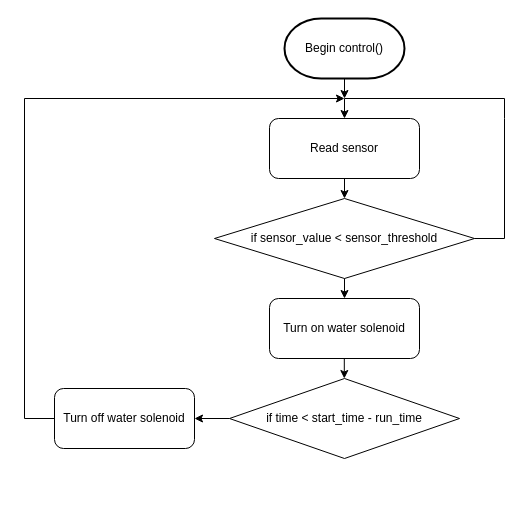
Above: images/smart_irrigation2.drawio in jamesking020773/jamesking020773.github.io (draw.io), before the change. Source tidied: cells renumbered, new cells numbered last; positions are measured from the earlier drawing's top-left corner, leaving out a move shared by most shapes. Both pictures are drawn from the tidied source at 100%, with x=0, y=0 at pixel (24, 18).
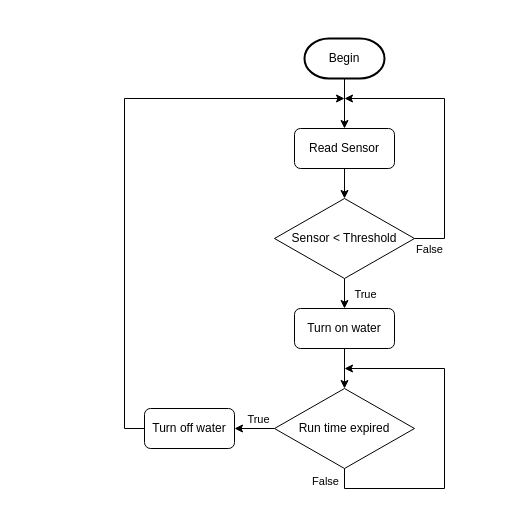
Above is the later version.

The change refers to these unchanged cells:
```xml
<mxCell id="5" style="endArrow=classic;html=1;rounded=0;exitX=0;exitY=0.5;exitDx=0;exitDy=0;entryX=1;entryY=0.5;entryDx=0;entryDy=0;" parent="1" edge="1" source="4" target="8">
  <mxGeometry relative="1" as="geometry" />
</mxCell>
<mxCell id="13" style="endArrow=classic;html=1;rounded=0;exitX=0.5;exitY=1;exitDx=0;exitDy=0;entryX=0.5;entryY=0;entryDx=0;entryDy=0;" parent="1" edge="1" source="3" target="9">
  <mxGeometry relative="1" as="geometry" />
</mxCell>
```

Diff of the diagram source:
```diff
@@
-    <mxCell id="2" value="Begin control()" style="strokeWidth=2;html=1;shape=mxgraph.flowchart.terminator;whiteSpace=wrap;" parent="1" vertex="1">
-      <mxGeometry x="260" width="120" height="60" as="geometry" />
+    <mxCell id="2" value="Begin" style="strokeWidth=2;html=1;shape=mxgraph.flowchart.terminator;whiteSpace=wrap;" parent="1" vertex="1">
+      <mxGeometry x="280" y="20" width="80" height="40" as="geometry" />
     </mxCell>
-    <mxCell id="3" value="if sensor_value &amp;lt; sensor_threshold" style="rhombus;whiteSpace=wrap;html=1;" parent="1" vertex="1">
-      <mxGeometry x="190" y="180" width="260" height="80" as="geometry" />
+    <mxCell id="3" value="Sensor &amp;lt; Threshold" style="rhombus;whiteSpace=wrap;html=1;" parent="1" vertex="1">
+      <mxGeometry x="250" y="180" width="140" height="80" as="geometry" />
     </mxCell>
-    <mxCell id="4" value="if time &amp;lt; start_time - run_time" style="rhombus;whiteSpace=wrap;html=1;" parent="1" vertex="1">
-      <mxGeometry x="205" y="360" width="230" height="80" as="geometry" />
+    <mxCell id="4" value="Run time expired" style="rhombus;whiteSpace=wrap;html=1;" parent="1" vertex="1">
+      <mxGeometry x="250" y="370" width="140" height="80" as="geometry" />
     </mxCell>
@@
+    <mxCell id="15" value="True" style="edgeLabel;html=1;align=center;verticalAlign=middle;" parent="5" vertex="1">
+      <mxGeometry x="-0.14" y="-1" relative="1" as="geometry">
+        <mxPoint y="-9" as="offset" />
+      </mxGeometry>
+    </mxCell>
     <mxCell id="6" style="endArrow=classic;html=1;rounded=0;exitX=0;exitY=0.5;exitDx=0;exitDy=0;" parent="1" edge="1" source="8">
       <mxGeometry relative="1" as="geometry">
         <mxPoint x="320" y="80" as="targetPoint" />
         <Array as="points">
-          <mxPoint y="400" />
-          <mxPoint y="80" />
+          <mxPoint x="100" y="410" />
+          <mxPoint x="100" y="80" />
         </Array>
       </mxGeometry>
     </mxCell>
-    <mxCell id="7" style="endArrow=classic;html=1;rounded=0;exitX=1;exitY=0.5;exitDx=0;exitDy=0;entryX=0.5;entryY=0;entryDx=0;entryDy=0;" parent="1" edge="1" source="3" target="10">
+    <mxCell id="7" style="endArrow=classic;html=1;rounded=0;exitX=1;exitY=0.5;exitDx=0;exitDy=0;" parent="1" edge="1" source="3">
       <mxGeometry relative="1" as="geometry">
+        <mxPoint x="320" y="80" as="targetPoint" />
         <Array as="points">
-          <mxPoint x="480" y="220" />
-          <mxPoint x="480" y="100" />
-          <mxPoint x="480" y="80" />
+          <mxPoint x="420" y="220" />
+          <mxPoint x="420" y="80" />
           <mxPoint x="320" y="80" />
         </Array>
       </mxGeometry>
     </mxCell>
+    <mxCell id="16" value="False" style="edgeLabel;html=1;align=center;verticalAlign=middle;" parent="7" vertex="1">
+      <mxGeometry x="-0.83" relative="1" as="geometry">
+        <mxPoint x="-9" y="10" as="offset" />
+      </mxGeometry>
+    </mxCell>
-    <mxCell id="8" value="Turn off water solenoid" style="rounded=1;whiteSpace=wrap;html=1;" parent="1" vertex="1">
-      <mxGeometry x="30" y="370" width="140" height="60" as="geometry" />
+    <mxCell id="8" value="Turn off water" style="rounded=1;whiteSpace=wrap;html=1;" parent="1" vertex="1">
+      <mxGeometry x="120" y="390" width="90" height="40" as="geometry" />
     </mxCell>
-    <mxCell id="9" value="Turn on water solenoid" style="rounded=1;whiteSpace=wrap;html=1;" parent="1" vertex="1">
-      <mxGeometry x="245" y="280" width="150" height="60" as="geometry" />
+    <mxCell id="9" value="Turn on water" style="rounded=1;whiteSpace=wrap;html=1;" parent="1" vertex="1">
+      <mxGeometry x="270" y="290" width="100" height="40" as="geometry" />
     </mxCell>
-    <mxCell id="10" value="Read sensor" style="rounded=1;whiteSpace=wrap;html=1;" parent="1" vertex="1">
-      <mxGeometry x="245" y="100" width="150" height="60" as="geometry" />
+    <mxCell id="10" value="Read Sensor" style="rounded=1;whiteSpace=wrap;html=1;" parent="1" vertex="1">
+      <mxGeometry x="270" y="110" width="100" height="40" as="geometry" />
     </mxCell>
@@
-    <mxCell id="12" style="endArrow=classic;html=1;rounded=0;exitX=0.5;exitY=1;exitDx=0;exitDy=0;exitPerimeter=0;" parent="1" edge="1" source="2">
-      <mxGeometry relative="1" as="geometry">
-        <mxPoint x="320" y="80" as="targetPoint" />
-      </mxGeometry>
+    <mxCell id="12" style="endArrow=classic;html=1;rounded=0;exitX=0.5;exitY=1;exitDx=0;exitDy=0;exitPerimeter=0;entryX=0.5;entryY=0;entryDx=0;entryDy=0;" parent="1" edge="1" source="2" target="10">
+      <mxGeometry relative="1" as="geometry" />
     </mxCell>
@@
+    <mxCell id="17" value="True" style="edgeLabel;html=1;align=center;verticalAlign=middle;" parent="13" vertex="1">
+      <mxGeometry relative="1" as="geometry">
+        <mxPoint x="20" as="offset" />
+      </mxGeometry>
+    </mxCell>
-    <mxCell id="14" style="endArrow=classic;html=1;rounded=0;exitX=0.5;exitY=1;exitDx=0;exitDy=0;entryX=0.5;entryY=0;entryDx=0;entryDy=0;" parent="1" edge="1">
-      <mxGeometry relative="1" as="geometry">
-        <mxPoint x="319.8" y="340" as="sourcePoint" />
-        <mxPoint x="319.8" y="360" as="targetPoint" />
-      </mxGeometry>
+    <mxCell id="14" style="endArrow=classic;html=1;rounded=0;entryX=0.5;entryY=0;entryDx=0;entryDy=0;exitX=0.5;exitY=1;exitDx=0;exitDy=0;" parent="1" edge="1" source="9" target="4">
+      <mxGeometry relative="1" as="geometry" />
     </mxCell>
+    <mxCell id="18" style="endArrow=classic;html=1;rounded=0;exitX=0.5;exitY=1;exitDx=0;exitDy=0;" parent="1" edge="1" source="4">
+      <mxGeometry relative="1" as="geometry">
+        <mxPoint x="320" y="350" as="targetPoint" />
+        <Array as="points">
+          <mxPoint x="320" y="470" />
+          <mxPoint x="420" y="470" />
+          <mxPoint x="420" y="350" />
+        </Array>
+      </mxGeometry>
+    </mxCell>
+    <mxCell id="19" value="False" style="edgeLabel;html=1;align=center;verticalAlign=middle;" parent="18" vertex="1">
+      <mxGeometry x="-0.93" relative="1" as="geometry">
+        <mxPoint x="-20" as="offset" />
+      </mxGeometry>
+    </mxCell>
```
